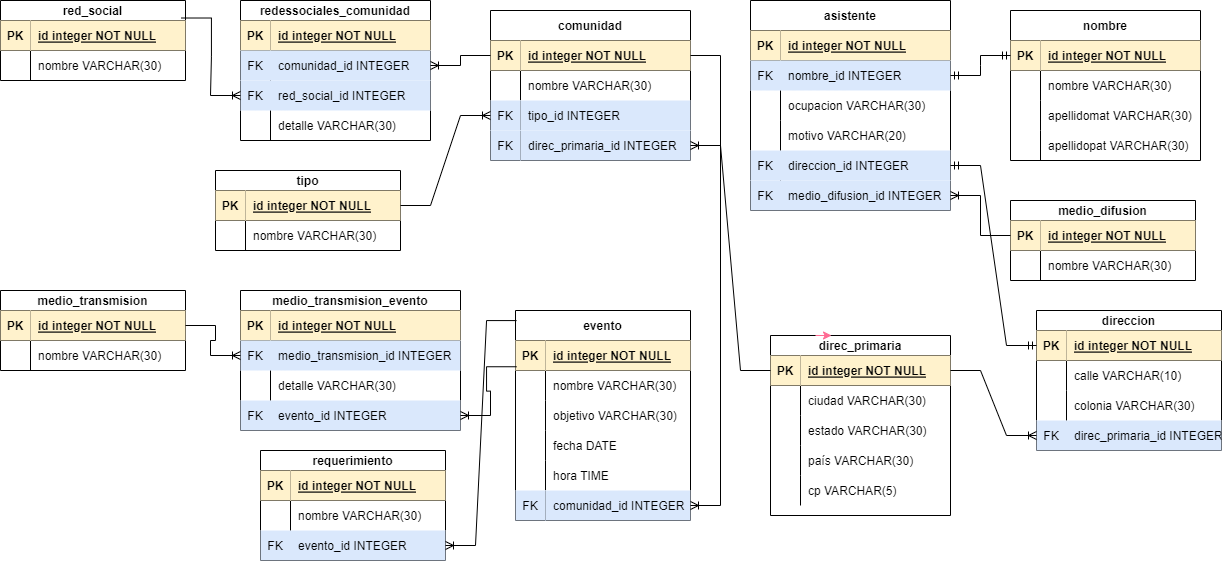
Before: comunidades.drawio.png, a diagram exported from draw.io (irmalop/fundamentos-bbdd). Source tidied: cells renumbered, new cells last; positions are measured from the earlier drawing's top-left corner, leaving out a move shared by most shapes.
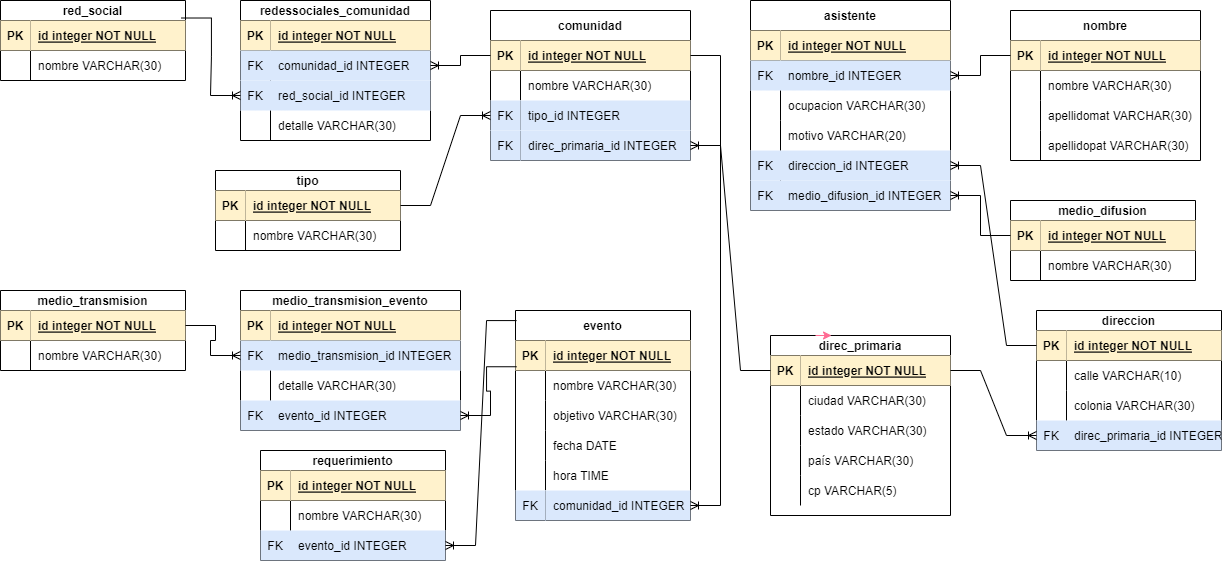
After the change.

Change to the diagram source:
```diff
@@ -320,9 +320,6 @@
     <mxCell id="107" value="evento_id INTEGER" style="shape=partialRectangle;fillColor=none;top=0;left=0;bottom=0;right=0;align=left;spacingLeft=6;fontStyle=0;overflow=hidden;" parent="105" vertex="1">
       <mxGeometry x="30" width="190" height="30" as="geometry" />
     </mxCell>
-    <mxCell id="108" style="edgeStyle=entityRelationEdgeStyle;fontSize=12;html=1;endArrow=ERmandOne;startArrow=ERmandOne;rounded=0;exitX=1;exitY=0.5;exitDx=0;exitDy=0;entryX=0;entryY=0.5;entryDx=0;entryDy=0;" parent="1" edge="1" source="25" target="83">
-      <mxGeometry relative="1" as="geometry" />
-    </mxCell>
     <mxCell id="109" value="requerimiento" style="shape=table;startSize=20;rowLines=0;fontStyle=1;align=center;" parent="1" vertex="1">
       <mxGeometry x="260" y="450" width="185" height="110" as="geometry" />
     </mxCell>
@@ -509,8 +506,11 @@
     <mxCell id="170" style="edgeStyle=entityRelationEdgeStyle;fontSize=12;html=1;endArrow=ERoneToMany;rounded=0;strokeColor=#000000;entryX=0;entryY=0.5;entryDx=0;entryDy=0;" parent="1" edge="1" source="67" target="63">
       <mxGeometry relative="1" as="geometry" />
     </mxCell>
-    <mxCell id="171" style="edgeStyle=entityRelationEdgeStyle;fontSize=12;html=1;endArrow=ERmandOne;startArrow=ERmandOne;rounded=0;strokeColor=#000000;entryX=0;entryY=0.5;entryDx=0;entryDy=0;exitX=1;exitY=0.5;exitDx=0;exitDy=0;" parent="1" edge="1" source="34" target="54">
-      <mxGeometry relative="1" as="geometry" />
-    </mxCell>
+    <mxCell id="172" style="edgeStyle=entityRelationEdgeStyle;fontSize=12;html=1;endArrow=ERoneToMany;rounded=0;strokeColor=#000000;exitX=0;exitY=0.5;exitDx=0;exitDy=0;" parent="1" edge="1" source="83" target="25">
+      <mxGeometry relative="1" as="geometry" />
+    </mxCell>
+    <mxCell id="173" style="edgeStyle=entityRelationEdgeStyle;fontSize=12;html=1;endArrow=ERoneToMany;rounded=0;strokeColor=#000000;entryX=1;entryY=0.5;entryDx=0;entryDy=0;exitX=0;exitY=0.5;exitDx=0;exitDy=0;" parent="1" edge="1" source="54" target="34">
+      <mxGeometry relative="1" as="geometry" />
+    </mxCell>
   </root>
 </mxGraphModel>
```
